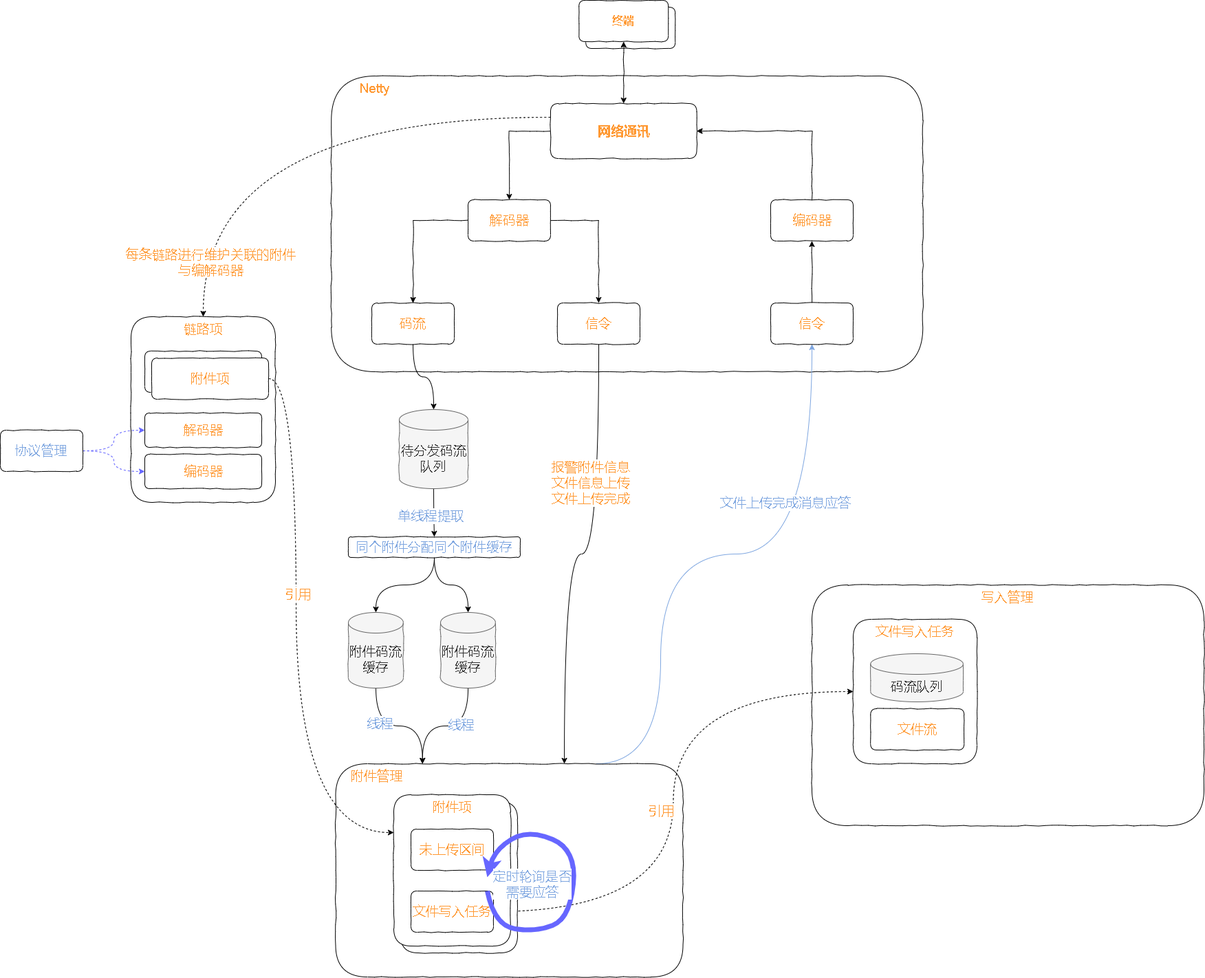
Before: test.drawio.png, a diagram exported from draw.io (xktder/draw). Source tidied: cells renumbered, new cells last; positions are measured from the earlier drawing's top-left corner, leaving out a move shared by most shapes.
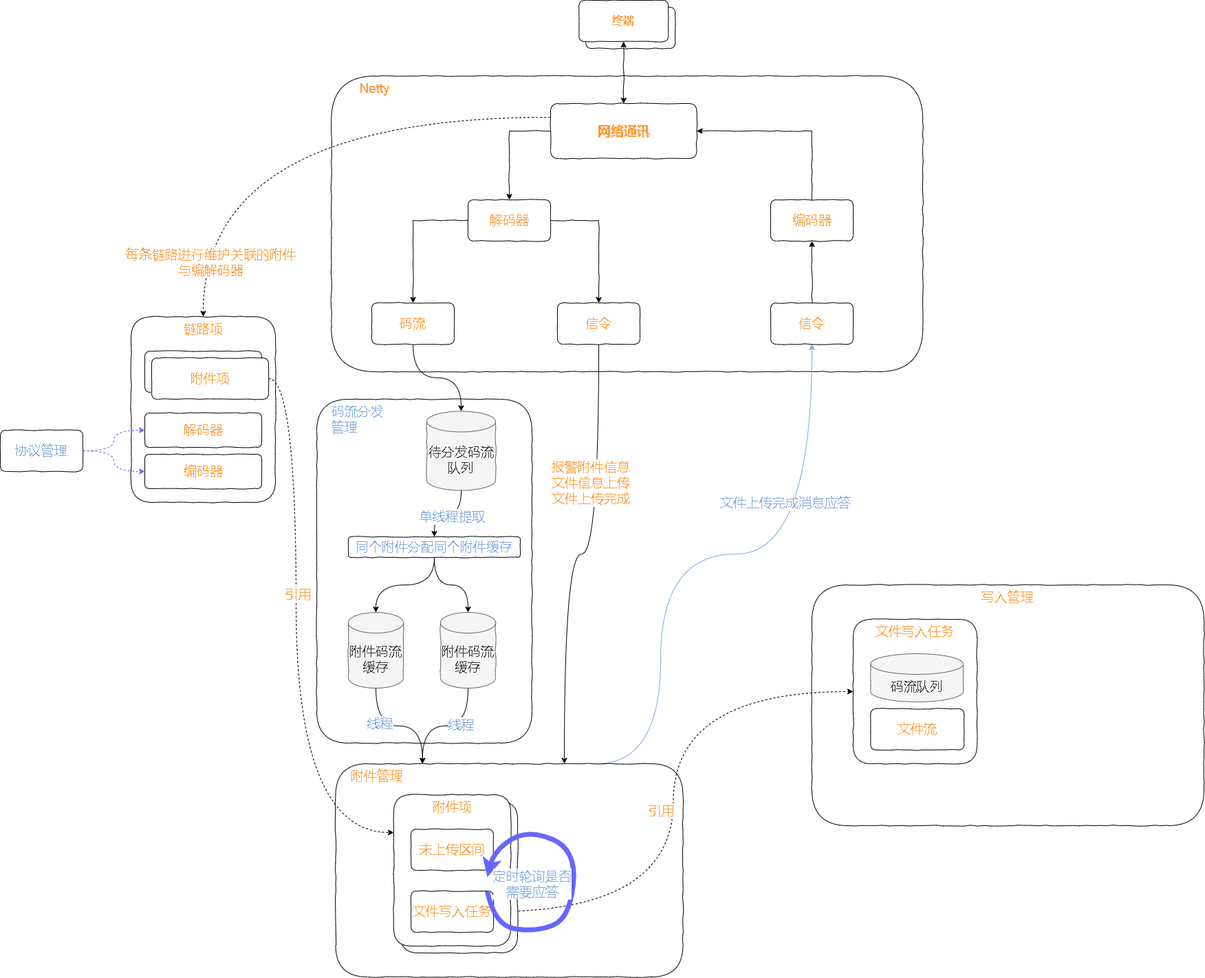
Later version of the same file.

Diff of the diagram source:
```diff
@@ -2,6 +2,9 @@
   <root>
     <mxCell id="0" />
     <mxCell id="1" parent="0" />
+    <mxCell id="66" value="&lt;div style=&quot;&quot;&gt;&lt;span style=&quot;background-color: initial;&quot;&gt;&amp;nbsp; &amp;nbsp; 码流分发&lt;/span&gt;&lt;/div&gt;&lt;div style=&quot;&quot;&gt;&lt;span style=&quot;background-color: initial;&quot;&gt;&amp;nbsp; &amp;nbsp; 管理&lt;/span&gt;&lt;/div&gt;" style="rounded=1;whiteSpace=wrap;html=1;comic=1;fontSize=19;fontColor=#7EA6E0;strokeColor=default;gradientColor=none;align=left;verticalAlign=top;" parent="1" vertex="1">
+      <mxGeometry x="460" y="580" width="313" height="500" as="geometry" />
+    </mxCell>
     <mxCell id="2" value="&amp;nbsp; &amp;nbsp; &amp;nbsp; &amp;nbsp; Netty" style="rounded=1;whiteSpace=wrap;html=1;comic=1;fontSize=19;fontColor=#FF9933;strokeColor=default;gradientColor=none;verticalAlign=top;align=left;" parent="1" vertex="1">
       <mxGeometry x="481.2" y="110" width="860" height="430" as="geometry" />
     </mxCell>
@@ -97,11 +100,11 @@
     </mxCell>
     <mxCell id="28" value="单线程提取" style="edgeLabel;html=1;align=center;verticalAlign=middle;fontSize=19;fontColor=#7EA6E0;" parent="27" vertex="1">
       <mxGeometry x="-0.26" relative="1" as="geometry">
-        <mxPoint x="-5" y="13" as="offset" />
+        <mxPoint x="-8" y="4" as="offset" />
       </mxGeometry>
     </mxCell>
     <mxCell id="29" value="待分发码流队列" style="shape=cylinder3;whiteSpace=wrap;html=1;boundedLbl=1;backgroundOutline=1;size=15;comic=1;fontSize=19;fontColor=#333333;strokeColor=#666666;fillColor=#f5f5f5;" parent="1" vertex="1">
-      <mxGeometry x="580" y="595" width="100" height="115" as="geometry" />
+      <mxGeometry x="620" y="597.5" width="100" height="115" as="geometry" />
     </mxCell>
     <mxCell id="30" style="group;" parent="1" vertex="1">
       <mxGeometry x="190" y="460" width="210" height="270" as="geometry" />
```
